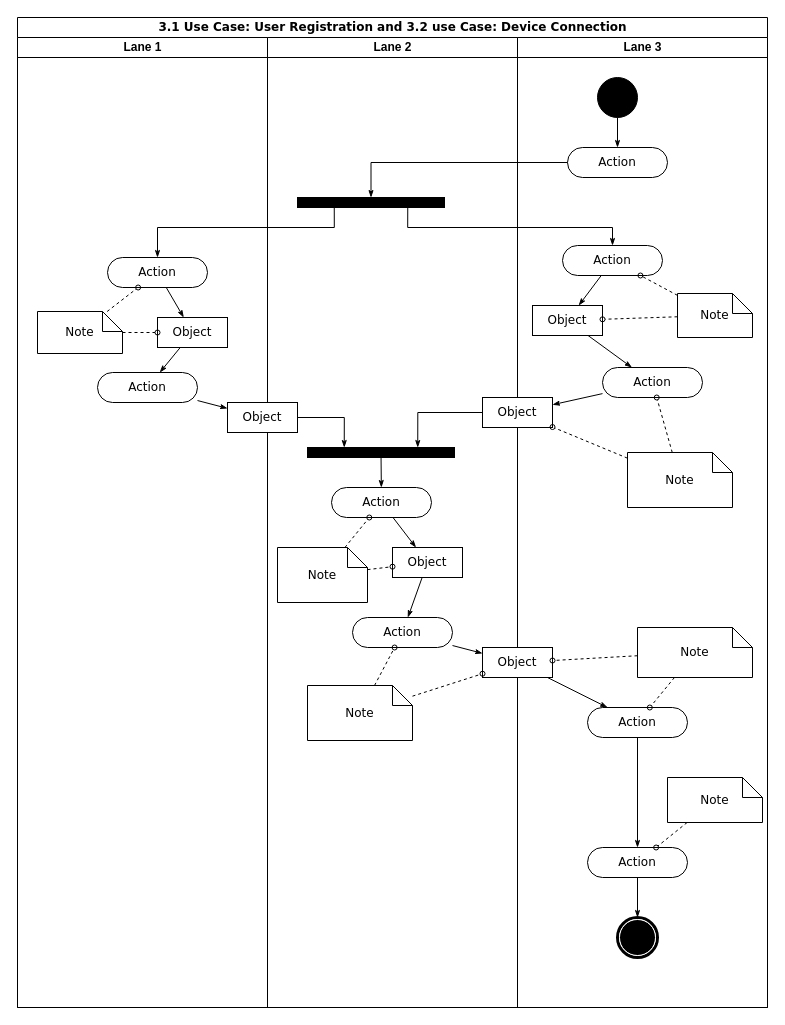
Above: Activity_RegistrationMicroservice.drawio in uvic-teach/project-m1-team15 (draw.io), before the change. Source tidied: cells renumbered, new cells numbered last; positions are measured from the earlier drawing's top-left corner, leaving out a move shared by most shapes. Both pictures are drawn from the tidied source at 100%, with x=0, y=0 at pixel (17, 17).
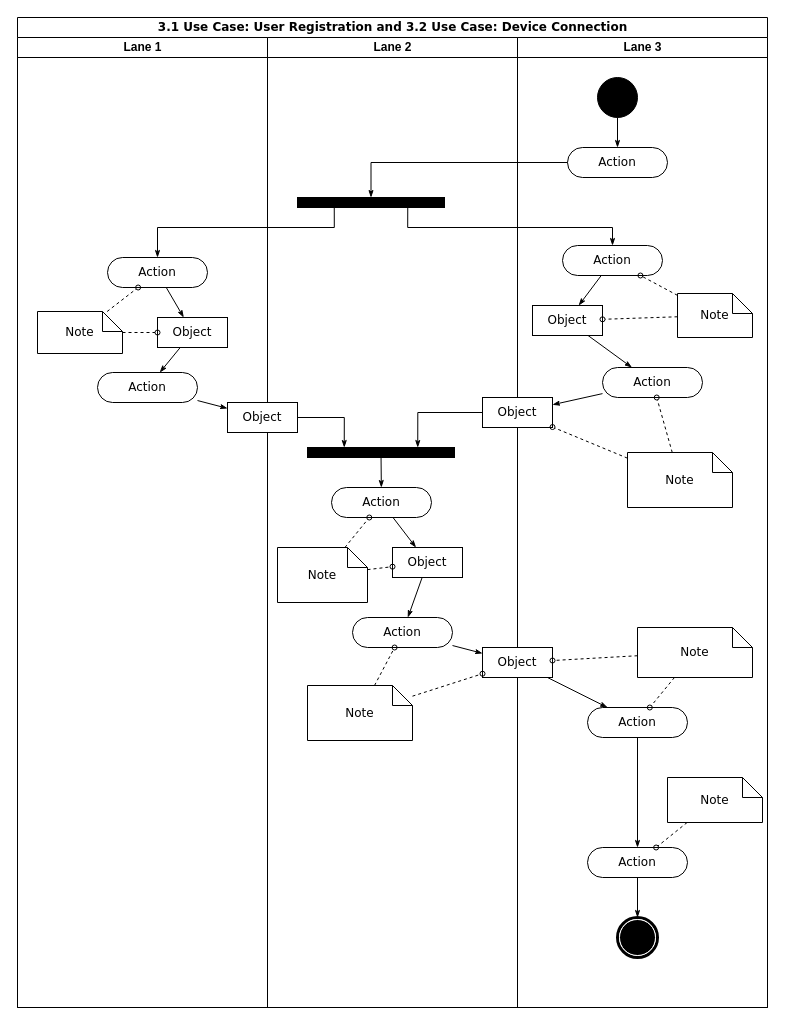
The same diagram, later.

Diff of the diagram source:
```diff
@@
-    <mxCell id="2" value="3.1 Use Case: User Registration and 3.2 use Case: Device Connection" style="swimlane;html=1;startSize=20;rounded=0;shadow=0;comic=0;labelBackgroundColor=none;strokeWidth=1;fontFamily=Verdana;fontSize=12;align=center;" parent="1" vertex="1">
+    <mxCell id="2" value="3.1 Use Case: User Registration and 3.2 Use Case: Device Connection" style="swimlane;html=1;startSize=20;rounded=0;shadow=0;comic=0;labelBackgroundColor=none;strokeWidth=1;fontFamily=Verdana;fontSize=12;align=center;" parent="1" vertex="1">
       <mxGeometry width="750" height="990" as="geometry" />
     </mxCell>
```
